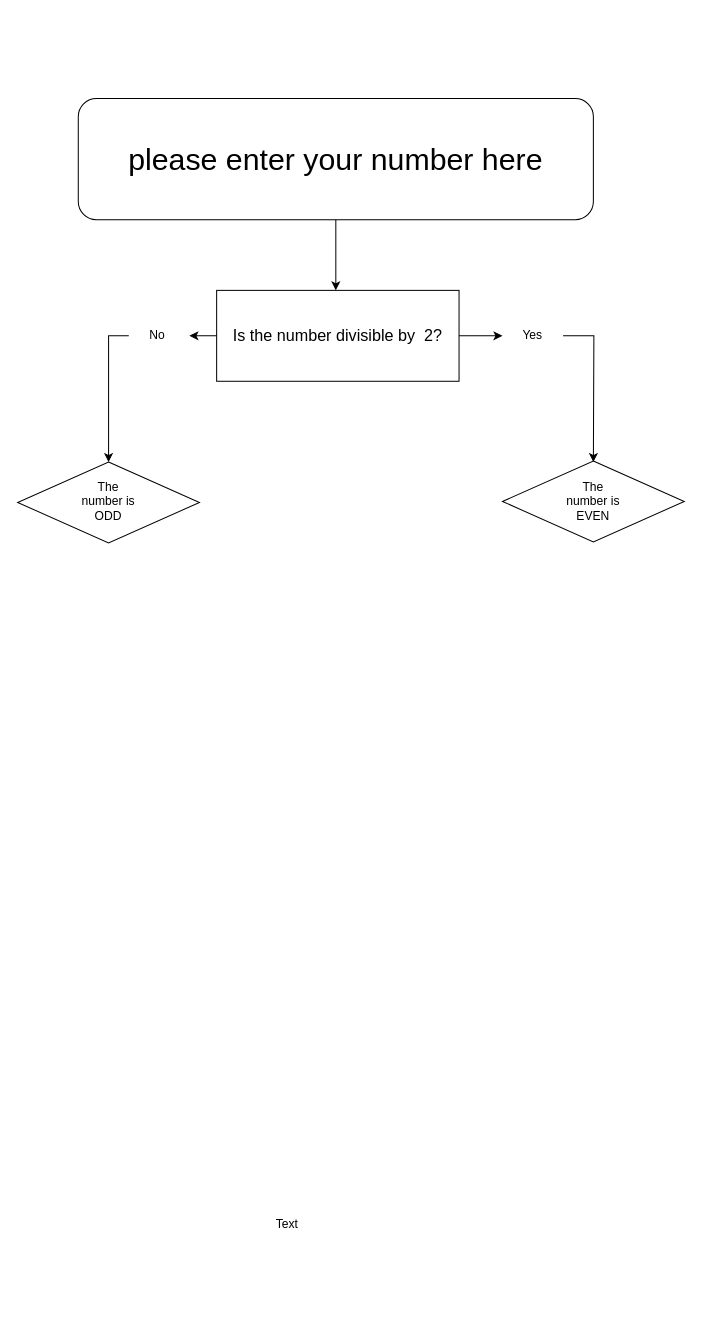
zarafini/python-codes-github- keeps this draw.io diagram as odd even flowchart diagram.drawio. Above is the earlier version. Source tidied: cells renumbered, new cells numbered last; positions are measured from the earlier drawing's top-left corner, leaving out a move shared by most shapes. Both pictures are drawn from the tidied source at 101%, with x=0, y=0 at pixel (17, 98).
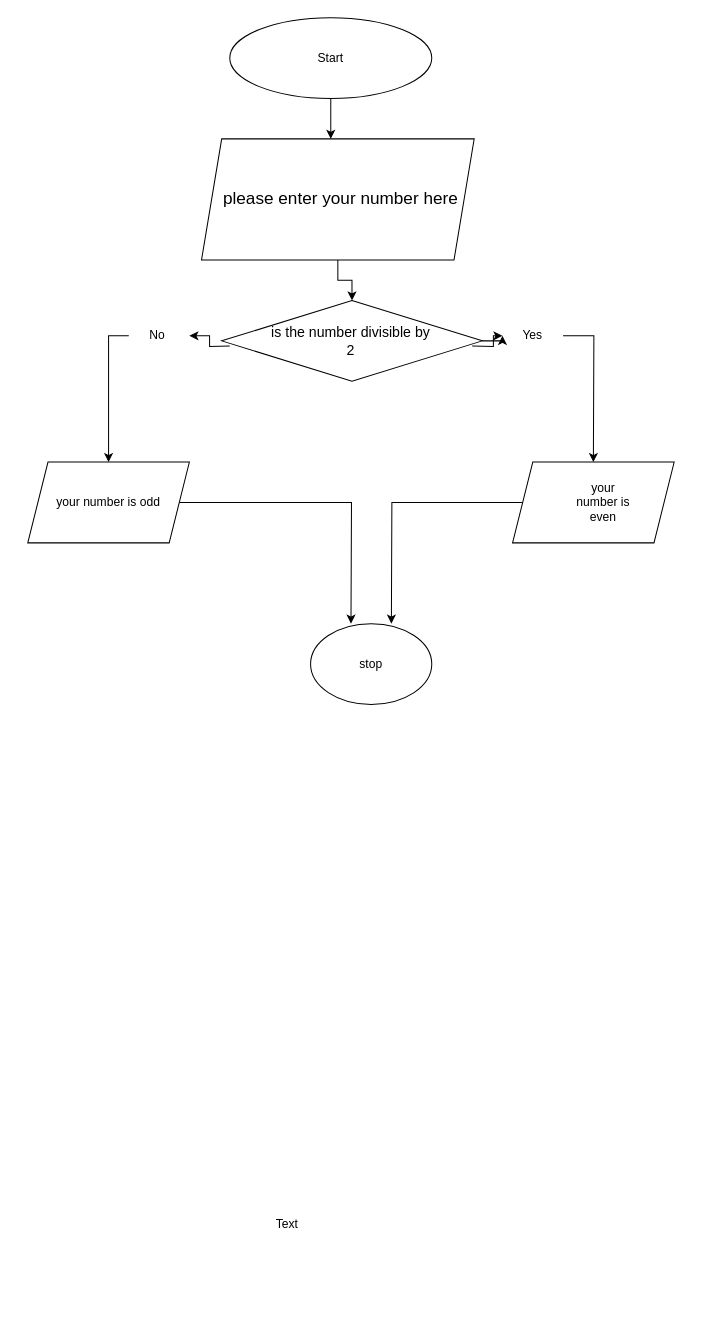
Above is the later version.

Commit message:
odd even flowchart diagram 2.drawio

The change refers to these unchanged cells:
```xml
<mxCell id="11" value="Yes" style="text;html=1;whiteSpace=wrap;strokeColor=none;fillColor=none;align=center;verticalAlign=middle;rounded=0;" parent="1" vertex="1">
  <mxGeometry x="480" y="220" width="60" height="30" as="geometry" />
</mxCell>
<mxCell id="13" value="No&amp;nbsp;" style="text;html=1;whiteSpace=wrap;strokeColor=none;fillColor=none;align=center;verticalAlign=middle;rounded=0;" parent="1" vertex="1">
  <mxGeometry x="110" y="220" width="60" height="30" as="geometry" />
</mxCell>
```

Diff of the diagram source:
```diff
@@
-    <mxCell id="3" style="edgeStyle=orthogonalEdgeStyle;rounded=0;jettySize=auto;html=1;exitX=0.5;exitY=1;exitDx=0;exitDy=0;" parent="1" edge="1" source="4">
-      <mxGeometry relative="1" as="geometry">
-        <mxPoint x="315" y="190" as="targetPoint" />
-      </mxGeometry>
-    </mxCell>
-    <mxCell id="4" style="rounded=1;whiteSpace=wrap;html=1;" parent="1" vertex="1">
-      <mxGeometry x="60" width="510" height="120" as="geometry" />
-    </mxCell>
-    <mxCell id="5" value="&lt;font style=&quot;font-size: 30px;&quot;&gt;please enter your number here&lt;/font&gt;" style="text;html=1;whiteSpace=wrap;strokeColor=none;fillColor=none;align=center;verticalAlign=middle;rounded=0;" parent="1" vertex="1">
-      <mxGeometry x="70" y="25" width="490" height="70" as="geometry" />
-    </mxCell>
@@
-    <mxCell id="7" style="rounded=0;whiteSpace=wrap;html=1;" parent="1" vertex="1">
-      <mxGeometry x="197" y="190" width="240" height="90" as="geometry" />
-    </mxCell>
@@
-    <mxCell id="9" value="&lt;font style=&quot;font-size: 16px;&quot;&gt;Is the number divisible by&amp;nbsp; 2?&lt;/font&gt;" style="text;html=1;whiteSpace=wrap;strokeColor=none;fillColor=none;align=center;verticalAlign=middle;rounded=0;" parent="1" vertex="1">
-      <mxGeometry x="207" y="200" width="220" height="70" as="geometry" />
-    </mxCell>
-    <mxCell id="10" style="edgeStyle=orthogonalEdgeStyle;rounded=0;jettySize=auto;html=1;exitX=1;exitY=0.5;exitDx=0;exitDy=0;" parent="1" edge="1" source="7" target="11">
-      <mxGeometry relative="1" as="geometry" />
+    <mxCell id="10" style="edgeStyle=orthogonalEdgeStyle;rounded=0;jettySize=auto;html=1;exitX=1;exitY=0.5;exitDx=0;exitDy=0;" parent="1" edge="1" target="11">
+      <mxGeometry relative="1" as="geometry">
+        <mxPoint x="450" y="245" as="sourcePoint" />
+      </mxGeometry>
     </mxCell>
@@
-    <mxCell id="12" style="edgeStyle=orthogonalEdgeStyle;rounded=0;jettySize=auto;html=1;exitX=0;exitY=0.5;exitDx=0;exitDy=0;" parent="1" edge="1" source="7" target="13">
-      <mxGeometry relative="1" as="geometry" />
+    <mxCell id="12" style="edgeStyle=orthogonalEdgeStyle;rounded=0;jettySize=auto;html=1;exitX=0;exitY=0.5;exitDx=0;exitDy=0;" parent="1" edge="1" target="13">
+      <mxGeometry relative="1" as="geometry">
+        <mxPoint x="210" y="245" as="sourcePoint" />
+      </mxGeometry>
     </mxCell>
@@
-    <mxCell id="14" style="rhombus;whiteSpace=wrap;html=1;" parent="1" vertex="1">
-      <mxGeometry y="360" width="180" height="80" as="geometry" />
-    </mxCell>
-    <mxCell id="15" value="The number is ODD" style="text;html=1;whiteSpace=wrap;strokeColor=none;fillColor=none;align=center;verticalAlign=middle;rounded=0;" parent="1" vertex="1">
-      <mxGeometry x="60" y="384" width="60" height="30" as="geometry" />
-    </mxCell>
-    <mxCell id="16" style="rhombus;whiteSpace=wrap;html=1;" parent="1" vertex="1">
-      <mxGeometry x="480" y="359" width="180" height="80" as="geometry" />
-    </mxCell>
-    <mxCell id="17" value="The number is EVEN" style="text;html=1;whiteSpace=wrap;strokeColor=none;fillColor=none;align=center;verticalAlign=middle;rounded=0;" parent="1" vertex="1">
-      <mxGeometry x="540" y="384" width="60" height="30" as="geometry" />
-    </mxCell>
+    <mxCell id="18" style="edgeStyle=orthogonalEdgeStyle;rounded=0;jettySize=auto;html=1;" parent="1" edge="1" source="19" target="11">
+      <mxGeometry relative="1" as="geometry" />
+    </mxCell>
+    <mxCell id="19" style="rhombus;whiteSpace=wrap;html=1;" parent="1" vertex="1">
+      <mxGeometry x="202" y="200" width="258" height="80" as="geometry" />
+    </mxCell>
+    <mxCell id="20" value="is the number divisible by 2" style="text;html=1;whiteSpace=wrap;strokeColor=none;fillColor=none;align=center;verticalAlign=middle;rounded=0;fontSize=14;" parent="1" vertex="1">
+      <mxGeometry x="250" y="210" width="160" height="60" as="geometry" />
+    </mxCell>
+    <mxCell id="21" style="edgeStyle=orthogonalEdgeStyle;rounded=0;orthogonalLoop=1;jettySize=auto;html=1;exitX=0.5;exitY=1;exitDx=0;exitDy=0;" parent="1" edge="1" source="20" target="20">
+      <mxGeometry relative="1" as="geometry" />
+    </mxCell>
+    <mxCell id="22" style="edgeStyle=orthogonalEdgeStyle;rounded=0;jettySize=auto;html=1;exitX=1;exitY=0.5;exitDx=0;exitDy=0;" parent="1" edge="1" source="23">
+      <mxGeometry relative="1" as="geometry">
+        <mxPoint x="330" y="520" as="targetPoint" />
+      </mxGeometry>
+    </mxCell>
+    <mxCell id="23" style="shape=parallelogram;perimeter=parallelogramPerimeter;whiteSpace=wrap;html=1;fixedSize=1;" parent="1" vertex="1">
+      <mxGeometry x="10" y="360" width="160" height="80" as="geometry" />
+    </mxCell>
+    <mxCell id="24" value="your number is odd" style="text;html=1;whiteSpace=wrap;strokeColor=none;fillColor=none;align=center;verticalAlign=middle;rounded=0;" parent="1" vertex="1">
+      <mxGeometry x="30" y="360" width="120" height="80" as="geometry" />
+    </mxCell>
+    <mxCell id="25" style="edgeStyle=orthogonalEdgeStyle;rounded=0;jettySize=auto;html=1;" parent="1" edge="1" source="26">
+      <mxGeometry relative="1" as="geometry">
+        <mxPoint x="310" y="40" as="targetPoint" />
+      </mxGeometry>
+    </mxCell>
+    <mxCell id="26" style="ellipse;whiteSpace=wrap;html=1;" parent="1" vertex="1">
+      <mxGeometry x="210" y="-80" width="200" height="80" as="geometry" />
+    </mxCell>
+    <mxCell id="27" value="Start" style="text;html=1;whiteSpace=wrap;strokeColor=none;fillColor=none;align=center;verticalAlign=middle;rounded=0;" parent="1" vertex="1">
+      <mxGeometry x="280" y="-55" width="60" height="30" as="geometry" />
+    </mxCell>
+    <mxCell id="28" style="edgeStyle=orthogonalEdgeStyle;rounded=0;jettySize=auto;html=1;exitX=0.5;exitY=1;exitDx=0;exitDy=0;" parent="1" edge="1" source="29" target="19">
+      <mxGeometry relative="1" as="geometry" />
+    </mxCell>
+    <mxCell id="29" style="shape=parallelogram;perimeter=parallelogramPerimeter;whiteSpace=wrap;html=1;fixedSize=1;" parent="1" vertex="1">
+      <mxGeometry x="182" y="40" width="270" height="120" as="geometry" />
+    </mxCell>
+    <mxCell id="5" value="&lt;font style=&quot;font-size: 17px;&quot;&gt;please enter your number here&lt;/font&gt;" style="text;html=1;whiteSpace=wrap;strokeColor=none;fillColor=none;align=center;verticalAlign=middle;rounded=0;" parent="1" vertex="1">
+      <mxGeometry x="200" y="50" width="240" height="100" as="geometry" />
+    </mxCell>
+    <mxCell id="30" style="edgeStyle=orthogonalEdgeStyle;rounded=0;jettySize=auto;html=1;" parent="1" edge="1" source="31">
+      <mxGeometry relative="1" as="geometry">
+        <mxPoint x="370" y="520" as="targetPoint" />
+      </mxGeometry>
+    </mxCell>
+    <mxCell id="31" style="shape=parallelogram;perimeter=parallelogramPerimeter;whiteSpace=wrap;html=1;fixedSize=1;" parent="1" vertex="1">
+      <mxGeometry x="490" y="360" width="160" height="80" as="geometry" />
+    </mxCell>
+    <mxCell id="32" value="your number is even" style="text;html=1;whiteSpace=wrap;strokeColor=none;fillColor=none;align=center;verticalAlign=middle;rounded=0;" parent="1" vertex="1">
+      <mxGeometry x="550" y="385" width="60" height="30" as="geometry" />
+    </mxCell>
+    <mxCell id="33" style="ellipse;whiteSpace=wrap;html=1;" parent="1" vertex="1">
+      <mxGeometry x="290" y="520" width="120" height="80" as="geometry" />
+    </mxCell>
+    <mxCell id="34" value="stop" style="text;html=1;whiteSpace=wrap;strokeColor=none;fillColor=none;align=center;verticalAlign=middle;rounded=0;" parent="1" vertex="1">
+      <mxGeometry x="320" y="545" width="60" height="30" as="geometry" />
+    </mxCell>
```
